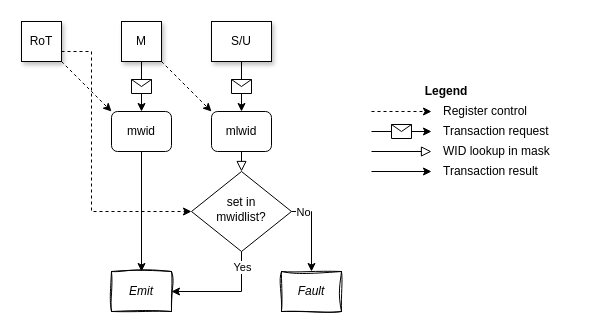
The draw.io diagram src/images/WorldID-smwidm.drawio in MIPS/riscv-partitioning, before the edit. Source tidied: cells renumbered, new cells numbered last; positions are measured from the earlier drawing's top-left corner, leaving out a move shared by most shapes. Both pictures are drawn from the tidied source at 100%, with x=0, y=0 at pixel (21, 21).
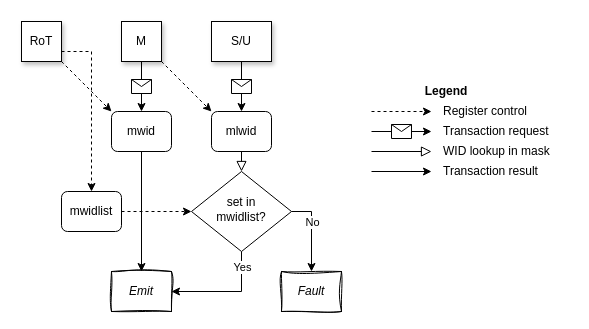
The same diagram, later.

The change refers to these unchanged cells:
```xml
<mxCell id="6" value="set in&lt;br&gt;mwidlist?" style="rhombus;whiteSpace=wrap;html=1;shadow=0;fontFamily=Helvetica;fontSize=12;align=center;strokeWidth=1;spacing=6;spacingTop=-4;" parent="1" vertex="1">
  <mxGeometry x="170" y="150" width="100" height="80" as="geometry" />
</mxCell>
<mxCell id="12" style="edgeStyle=orthogonalEdgeStyle;rounded=0;jettySize=auto;html=1;exitX=1;exitY=0.5;exitDx=0;exitDy=0;entryX=0.5;entryY=0;entryDx=0;entryDy=0;" parent="1" edge="1" source="6" target="11">
  <mxGeometry relative="1" as="geometry">
    <Array as="points">
      <mxPoint x="290" y="190" />
    </Array>
  </mxGeometry>
</mxCell>
<mxCell id="19" value="RoT" style="rounded=0;whiteSpace=wrap;html=1;fontSize=12;glass=0;strokeWidth=1;shadow=1;" parent="1" vertex="1">
  <mxGeometry width="40" height="40" as="geometry" />
</mxCell>
```

Change to the diagram source:
```diff
@@
     <mxCell id="13" value="No" style="edgeLabel;html=1;align=center;verticalAlign=middle;" parent="12" vertex="1">
-      <mxGeometry x="-0.72" relative="1" as="geometry" />
+      <mxGeometry x="-0.72" relative="1" as="geometry">
+        <mxPoint x="9" y="10" as="offset" />
+      </mxGeometry>
     </mxCell>
@@
-    <mxCell id="21" style="endArrow=classic;html=1;rounded=0;entryX=0;entryY=0.5;entryDx=0;entryDy=0;dashed=1;edgeStyle=elbowEdgeStyle;exitX=1;exitY=0.75;exitDx=0;exitDy=0;" parent="1" edge="1" source="19" target="6">
+    <mxCell id="21" style="endArrow=classic;html=1;rounded=0;entryX=0.5;entryY=0;entryDx=0;entryDy=0;dashed=1;edgeStyle=elbowEdgeStyle;exitX=1;exitY=0.75;exitDx=0;exitDy=0;" parent="1" edge="1" source="19" target="33">
       <mxGeometry relative="1" as="geometry">
         <Array as="points">
           <mxPoint x="70" y="180" />
         </Array>
       </mxGeometry>
     </mxCell>
@@
+    <mxCell id="33" value="mwidlist" style="rounded=1;whiteSpace=wrap;html=1;fontSize=12;glass=0;strokeWidth=1;shadow=0;fillColor=#FFFFFF;fillStyle=solid;" parent="1" vertex="1">
+      <mxGeometry x="40" y="170" width="60" height="40" as="geometry" />
+    </mxCell>
+    <mxCell id="34" style="endArrow=classic;html=1;rounded=0;dashed=1;edgeStyle=elbowEdgeStyle;exitX=1;exitY=0.5;exitDx=0;exitDy=0;entryX=0;entryY=0.5;entryDx=0;entryDy=0;" parent="1" edge="1" source="33" target="6">
+      <mxGeometry relative="1" as="geometry">
+        <Array as="points">
+          <mxPoint x="140" y="210" />
+        </Array>
+      </mxGeometry>
+    </mxCell>
```
